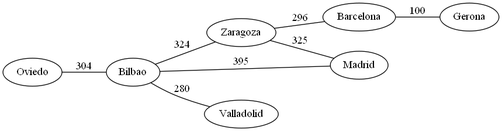
This is [EDD]Proyecto2/Grafo.png from Pegre369/-EDD-Proyecto2_201701187_201706357, a Graphviz export, as it was before one commit. Its source is kept beside it as [EDD]Proyecto2/Grafo.dot.
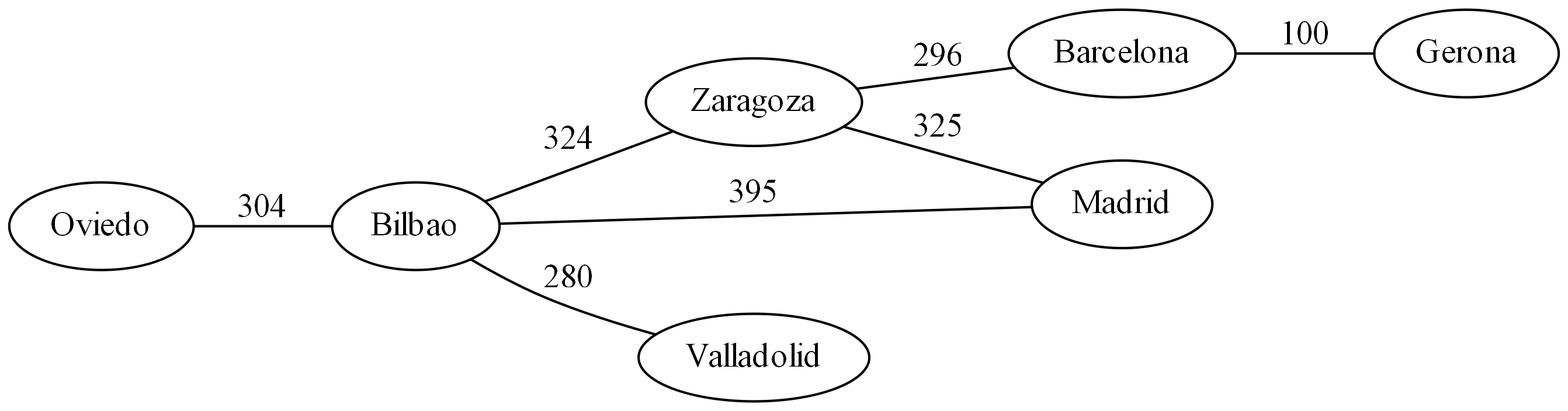
The same diagram one commit later.

The edit, as a diff of the source:
```diff
@@ -1,5 +1,6 @@
 digraph G {
- rankdir=LR
+rankdir=LR
+graph [ dpi = 300 ];
 Oviedo->Bilbao[label =304,dir=none];
 Bilbao->Zaragoza[label =324,dir=none];
 Bilbao->Madrid[label =395,dir=none];
```
